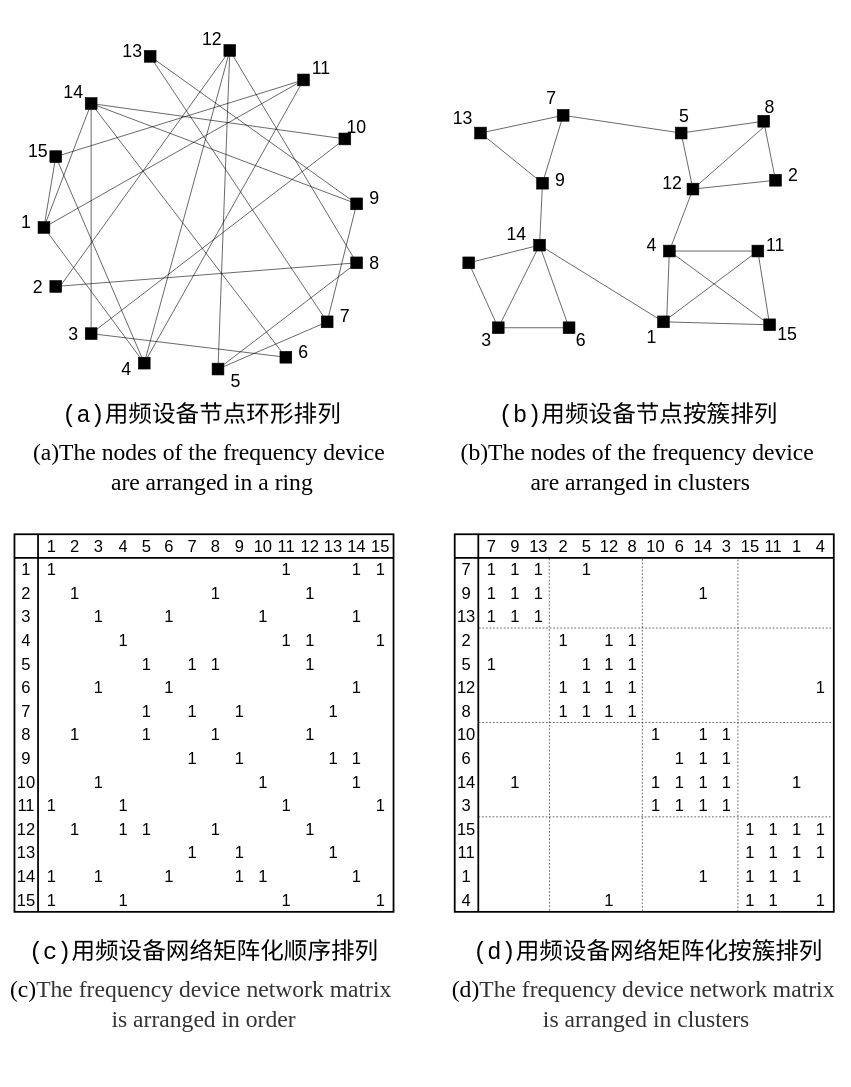
Before: Untitled Diagram.drawio in liuming14/-, a draw.io diagram. Source tidied: cells renumbered, new cells numbered last; positions are measured from the earlier drawing's top-left corner, leaving out a move shared by most shapes. Both pictures are drawn from the tidied source at 59%, with x=0, y=0 at pixel (14, 32).
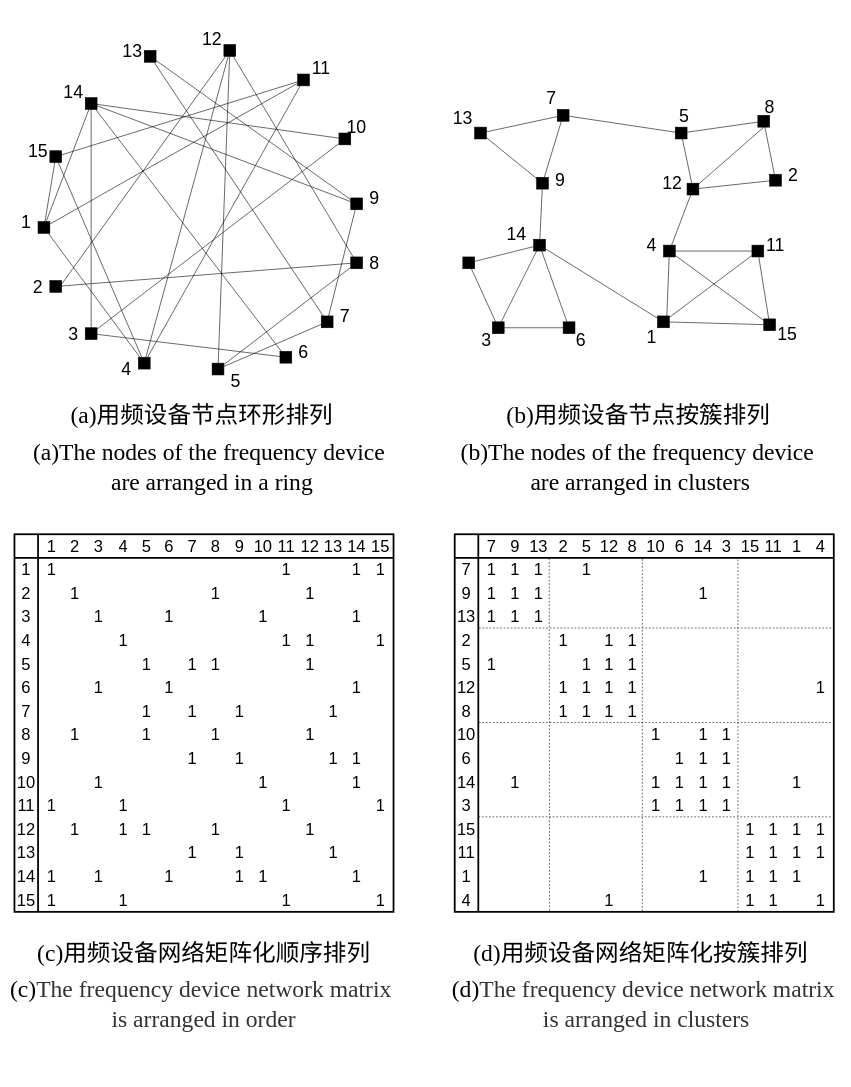
Above is the later version.

Diff of the diagram source:
```diff
@@
-    <mxCell id="124" value="&lt;div style=&quot;font-size: 40px&quot; align=&quot;center&quot;&gt;&lt;pre&gt;&lt;font style=&quot;font-size: 40px&quot;&gt;(b)用频设备节点按簇排列&lt;/font&gt;&lt;/pre&gt;&lt;/div&gt;" style="text;html=1;strokeColor=none;fillColor=none;align=center;verticalAlign=middle;whiteSpace=wrap;rounded=0;fontSize=12;" parent="1" vertex="1">
+    <mxCell id="124" value="&lt;div style=&quot;font-size: 40px&quot; align=&quot;center&quot;&gt;&lt;pre&gt;&lt;font style=&quot;font-size: 40px&quot;&gt;&lt;font face=&quot;Times New Roman&quot;&gt;(b)&lt;/font&gt;用频设备节点按簇排列&lt;/font&gt;&lt;/pre&gt;&lt;/div&gt;" style="text;html=1;strokeColor=none;fillColor=none;align=center;verticalAlign=middle;whiteSpace=wrap;rounded=0;fontSize=12;" parent="1" vertex="1">
       <mxGeometry x="940" y="640" width="235" height="20" as="geometry" />
     </mxCell>
-    <mxCell id="125" value="&lt;pre style=&quot;font-size: 40px&quot;&gt;&lt;font style=&quot;font-size: 40px&quot;&gt;(a)用频设备节点环形排列&lt;/font&gt;&lt;/pre&gt;" style="text;html=1;strokeColor=none;fillColor=none;align=center;verticalAlign=middle;whiteSpace=wrap;rounded=0;fontSize=12;" parent="1" vertex="1">
+    <mxCell id="125" value="&lt;pre style=&quot;font-size: 40px&quot;&gt;&lt;font style=&quot;font-size: 40px&quot;&gt;&lt;font face=&quot;Times New Roman&quot;&gt;(a)&lt;/font&gt;用频设备节点环形排列&lt;/font&gt;&lt;/pre&gt;" style="text;html=1;strokeColor=none;fillColor=none;align=center;verticalAlign=middle;whiteSpace=wrap;rounded=0;fontSize=12;" parent="1" vertex="1">
       <mxGeometry x="200" y="640" width="235" height="20" as="geometry" />
     </mxCell>
@@
-    <mxCell id="712" value="&lt;pre style=&quot;font-size: 40px&quot;&gt;&lt;font style=&quot;font-size: 40px&quot;&gt;(d)用频设备网络矩阵化按簇排列&lt;/font&gt;&lt;/pre&gt;" style="text;whiteSpace=wrap;html=1;fontSize=28;fontFamily=Helvetica;fontColor=none;" parent="1" vertex="1">
+    <mxCell id="712" value="&lt;pre style=&quot;font-size: 40px&quot;&gt;&lt;font style=&quot;font-size: 40px&quot;&gt;&lt;font face=&quot;Times New Roman&quot;&gt;(d)&lt;/font&gt;用频设备网络矩阵化按簇排列&lt;/font&gt;&lt;/pre&gt;" style="text;whiteSpace=wrap;html=1;fontSize=28;fontFamily=Helvetica;fontColor=none;" parent="1" vertex="1">
       <mxGeometry x="776.2" y="1490" width="430" height="120" as="geometry" />
     </mxCell>
-    <mxCell id="713" value="&lt;pre style=&quot;font-size: 40px&quot;&gt;&lt;font style=&quot;font-size: 40px&quot;&gt;(c)用频设备网络矩阵化顺序排列&lt;/font&gt;&lt;/pre&gt;" style="text;whiteSpace=wrap;html=1;fontSize=28;fontFamily=Helvetica;fontColor=none;align=center;" parent="1" vertex="1">
+    <mxCell id="713" value="&lt;pre style=&quot;font-size: 40px&quot;&gt;&lt;font style=&quot;font-size: 40px&quot;&gt;&lt;font face=&quot;Times New Roman&quot;&gt;(c)&lt;/font&gt;用频设备网络矩阵化顺序排列&lt;/font&gt;&lt;/pre&gt;" style="text;whiteSpace=wrap;html=1;fontSize=28;fontFamily=Helvetica;fontColor=none;align=center;" parent="1" vertex="1">
       <mxGeometry x="106.2" y="1490" width="430" height="120" as="geometry" />
     </mxCell>
@@
     <mxCell id="716" value="&lt;div style=&quot;font-size: 40px&quot; align=&quot;center&quot;&gt;&lt;pre style=&quot;font-size: 40px&quot;&gt;&lt;span style=&quot;background-color: rgb(255 , 255 , 255)&quot;&gt;&lt;font style=&quot;font-size: 40px&quot; face=&quot;Times New Roman&quot;&gt;(c)&lt;/font&gt;&lt;font style=&quot;font-size: 40px&quot; face=&quot;Times New Roman&quot;&gt;&lt;span style=&quot;color: rgb(51 , 51 , 51) ; font-style: normal ; font-variant: normal ; font-weight: normal ; letter-spacing: normal ; line-height: 26px ; text-align: justify ; text-indent: 0px ; text-transform: none ; word-spacing: 0px ; display: inline ; float: none&quot;&gt;The frequency device network matrix &lt;br&gt;is arranged in order&lt;/span&gt;&lt;br&gt;&lt;/font&gt;&lt;/span&gt;&lt;/pre&gt;&lt;/div&gt;" style="text;whiteSpace=wrap;html=1;align=center;" parent="1" vertex="1">
-      <mxGeometry x="16.2" y="1550" width="610" height="220" as="geometry" />
+      <mxGeometry x="16.2" y="1550" width="610" height="140" as="geometry" />
     </mxCell>
     <mxCell id="717" value="&lt;div style=&quot;font-size: 40px&quot; align=&quot;center&quot;&gt;&lt;pre style=&quot;font-size: 40px&quot;&gt;&lt;span style=&quot;background-color: rgb(255 , 255 , 255)&quot;&gt;&lt;font style=&quot;font-size: 40px&quot; face=&quot;Times New Roman&quot;&gt;(d)&lt;/font&gt;&lt;font style=&quot;font-size: 40px&quot; face=&quot;Times New Roman&quot;&gt;&lt;span style=&quot;color: rgb(51 , 51 , 51) ; font-style: normal ; font-variant: normal ; font-weight: normal ; letter-spacing: normal ; line-height: 26px ; text-align: justify ; text-indent: 0px ; text-transform: none ; word-spacing: 0px ; display: inline ; float: none&quot;&gt;The frequency device network matrix &lt;br&gt;is arranged in clusters&lt;/span&gt;&lt;br&gt;&lt;/font&gt;&lt;/span&gt;&lt;/pre&gt;&lt;/div&gt;" style="text;whiteSpace=wrap;html=1;align=center;" parent="1" vertex="1">
-      <mxGeometry x="766.2" y="1550" width="610" height="220" as="geometry" />
+      <mxGeometry x="766.2" y="1550" width="610" height="130" as="geometry" />
     </mxCell>
```
